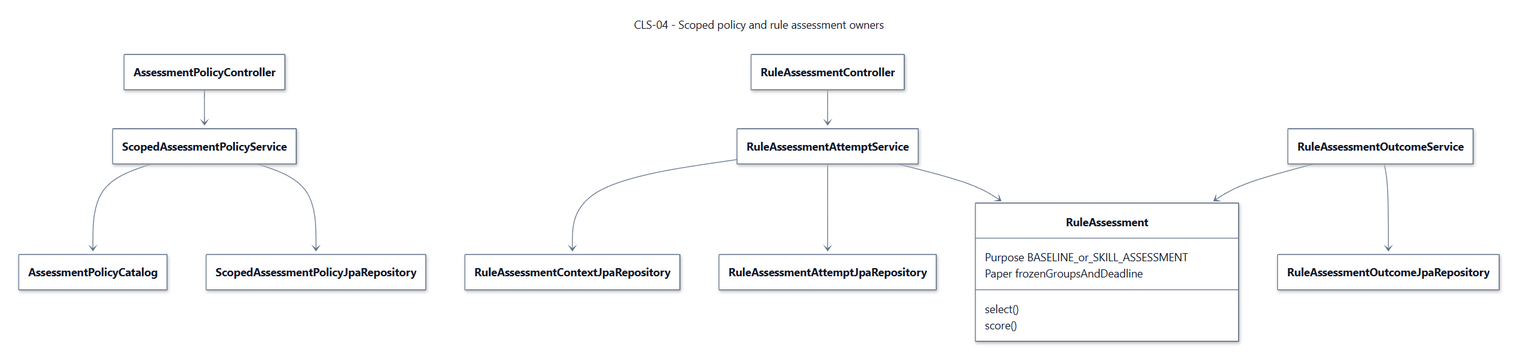
Earlier version of the Mermaid export documents/diagrams/mermaid/cls-04.png (SEP490-Fall-2026-GFA26SE64/SEP490). Its source is kept beside it as documents/diagrams/mermaid/cls-04.mmd. The source it was exported from:
```mermaid
---
title: "CLS-04 - Scoped policy and rule assessment owners"
config: {"theme":"base","fontFamily":"Segoe UI, Arial, sans-serif","themeVariables":{"fontFamily":"Segoe UI, Arial, sans-serif","fontSize":"14px","primaryColor":"#ffffff","primaryTextColor":"#0f1729","primaryBorderColor":"#64748b","secondaryColor":"#fef3eb","tertiaryColor":"#ffffff","lineColor":"#64748b","textColor":"#0f1729","mainBkg":"#ffffff","background":"#ffffff","clusterBkg":"#ffffff","clusterBorder":"#64748b","edgeLabelBackground":"#ffffff","titleColor":"#0f1729","noteBkgColor":"#fef3eb","noteTextColor":"#0f1729","noteBorderColor":"#e6650f","classText":"#0f1729","secondaryBorderColor":"#64748b","tertiaryBorderColor":"#64748b","secondaryTextColor":"#0f1729","tertiaryTextColor":"#0f1729"},"layout":"dagre","class":{"hideEmptyMembersBox":true,"nodeSpacing":44,"rankSpacing":70,"padding":12,"diagramPadding":24}}
---

classDiagram
  direction TB
  class AssessmentPolicyController
  class ScopedAssessmentPolicyService
  class AssessmentPolicyCatalog
  class ScopedAssessmentPolicyJpaRepository
  class RuleAssessmentController
  class RuleAssessmentAttemptService
  class RuleAssessmentContextJpaRepository
  class RuleAssessmentAttemptJpaRepository
  class RuleAssessmentOutcomeService
  class RuleAssessmentOutcomeJpaRepository
  class RuleAssessment {
    Purpose BASELINE_or_SKILL_ASSESSMENT
    Paper frozenGroupsAndDeadline
    select()
    score()
  }
  AssessmentPolicyController --> ScopedAssessmentPolicyService
  ScopedAssessmentPolicyService --> AssessmentPolicyCatalog
  ScopedAssessmentPolicyService --> ScopedAssessmentPolicyJpaRepository
  RuleAssessmentController --> RuleAssessmentAttemptService
  RuleAssessmentAttemptService --> RuleAssessmentContextJpaRepository
  RuleAssessmentAttemptService --> RuleAssessmentAttemptJpaRepository
  RuleAssessmentAttemptService --> RuleAssessment
  RuleAssessmentOutcomeService --> RuleAssessmentOutcomeJpaRepository
  RuleAssessmentOutcomeService --> RuleAssessment
```
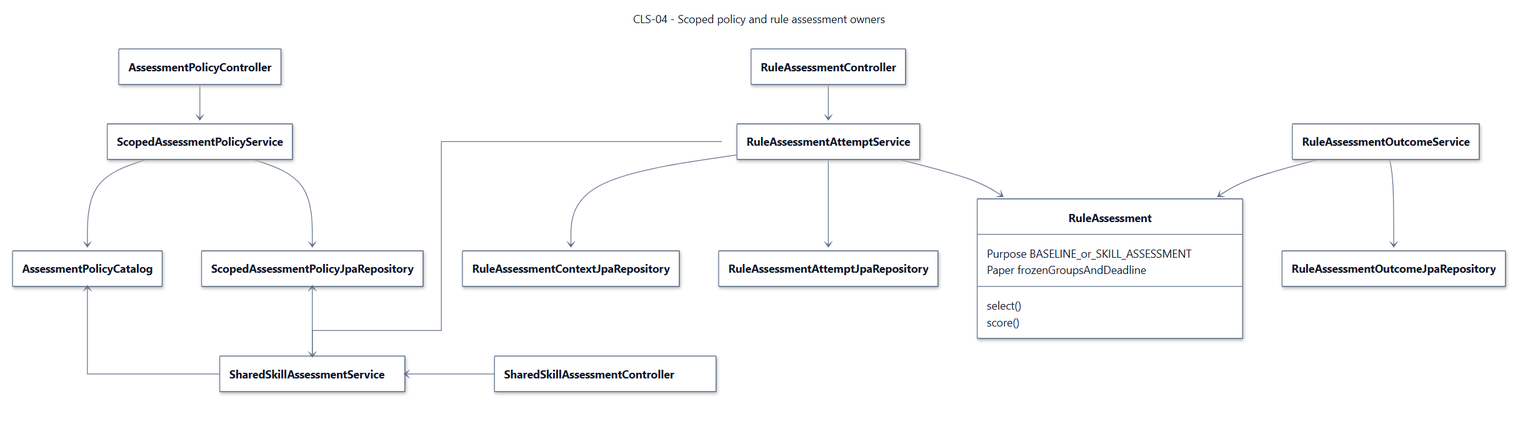
Above is the later version.

Change to the diagram source:
```diff
@@ -5,6 +5,8 @@
 
 classDiagram
   direction TB
+  class SharedSkillAssessmentController
+  class SharedSkillAssessmentService
   class AssessmentPolicyController
   class ScopedAssessmentPolicyService
   class AssessmentPolicyCatalog
@@ -21,6 +23,10 @@
     select()
     score()
   }
+  SharedSkillAssessmentController --> SharedSkillAssessmentService
+  SharedSkillAssessmentService --> AssessmentPolicyCatalog
+  SharedSkillAssessmentService --> ScopedAssessmentPolicyJpaRepository
+  RuleAssessmentAttemptService --> SharedSkillAssessmentService
   AssessmentPolicyController --> ScopedAssessmentPolicyService
   ScopedAssessmentPolicyService --> AssessmentPolicyCatalog
   ScopedAssessmentPolicyService --> ScopedAssessmentPolicyJpaRepository
```
